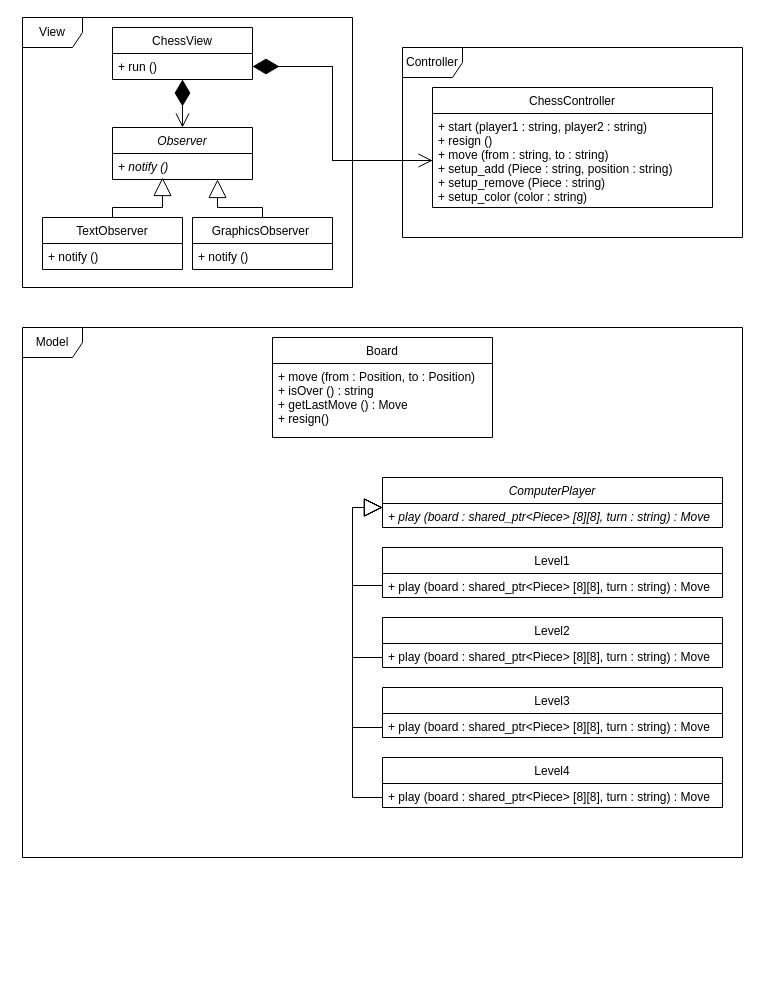
Above: ChessUML.drawio in rastin1379/CS_246_Project (draw.io), before the change. Source tidied: cells renumbered, new cells numbered last; positions are measured from the earlier drawing's top-left corner, leaving out a move shared by most shapes. Both pictures are drawn from the tidied source at 100%, with x=0, y=0 at pixel (22, 17).
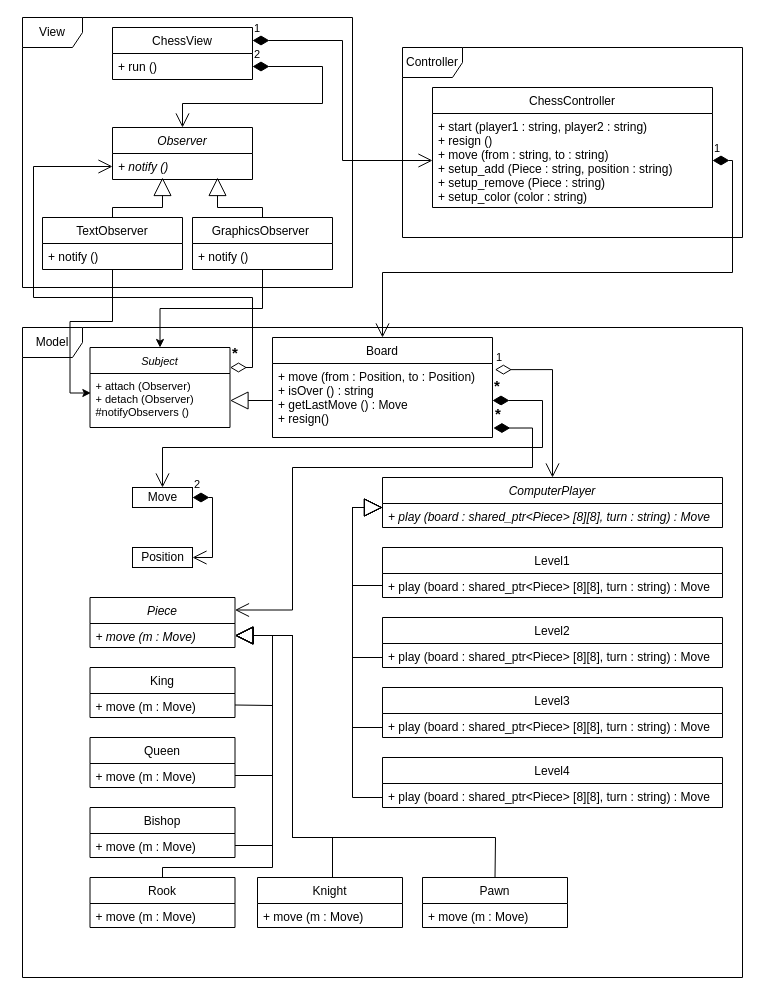
The same page after the edit.

Unchanged cells that the change refers to:
```xml
<mxCell id="5" value="ChessView" style="swimlane;fontStyle=0;horizontal=1;startSize=26;fillColor=none;" parent="1" vertex="1">
  <mxGeometry x="90" y="10" width="140" height="52" as="geometry" />
</mxCell>
<mxCell id="6" value="+ run ()" style="text;strokeColor=none;fillColor=none;align=left;verticalAlign=top;spacingLeft=4;spacingRight=4;overflow=hidden;points=[[0,0.5],[1,0.5]];portConstraint=eastwest;" parent="5" vertex="1">
  <mxGeometry y="26" width="140" height="26" as="geometry" />
</mxCell>
<mxCell id="8" value="Observer" style="swimlane;fontStyle=2;horizontal=1;startSize=26;fillColor=none;" parent="1" vertex="1">
  <mxGeometry x="90" y="110" width="140" height="52" as="geometry" />
</mxCell>
<mxCell id="9" value="+ notify ()" style="text;strokeColor=none;fillColor=none;align=left;verticalAlign=top;spacingLeft=4;spacingRight=4;overflow=hidden;points=[[0,0.5],[1,0.5]];portConstraint=eastwest;fontStyle=2;" parent="8" vertex="1">
  <mxGeometry y="26" width="140" height="26" as="geometry" />
</mxCell>
<mxCell id="11" value="GraphicsObserver " style="swimlane;fontStyle=0;horizontal=1;startSize=26;fillColor=none;" parent="1" vertex="1">
  <mxGeometry x="170" y="200" width="140" height="52" as="geometry" />
</mxCell>
<mxCell id="14" value="TextObserver" style="swimlane;fontStyle=0;horizontal=1;startSize=26;fillColor=none;" parent="1" vertex="1">
  <mxGeometry x="20" y="200" width="140" height="52" as="geometry" />
</mxCell>
<mxCell id="18" value="+ start (player1 : string, player2 : string)&#10;+ resign ()&#10;+ move (from : string, to : string)&#10;+ setup_add (Piece : string, position : string)&#10;+ setup_remove (Piece : string)&#10;+ setup_color (color : string)" style="text;strokeColor=none;fillColor=none;align=left;verticalAlign=top;spacingLeft=4;spacingRight=4;overflow=hidden;points=[[0,0.5],[1,0.5]];portConstraint=eastwest;" parent="17" vertex="1">
  <mxGeometry y="26" width="280" height="94" as="geometry" />
</mxCell>
<mxCell id="21" value="Board" style="swimlane;fontStyle=0;horizontal=1;startSize=26;fillColor=none;" parent="1" vertex="1">
  <mxGeometry x="250" y="320" width="220" height="100" as="geometry" />
</mxCell>
<mxCell id="22" value="+ move (from : Position, to : Position) &#10;+ isOver () : string &#10;+ getLastMove () : Move&#10;+ resign()&#10;" style="text;strokeColor=none;fillColor=none;align=left;verticalAlign=top;spacingLeft=4;spacingRight=4;overflow=hidden;points=[[0,0.5],[1,0.5]];portConstraint=eastwest;" parent="21" vertex="1">
  <mxGeometry y="26" width="220" height="74" as="geometry" />
</mxCell>
<mxCell id="23" value="ComputerPlayer" style="swimlane;fontStyle=2;horizontal=1;startSize=26;fillColor=none;" parent="1" vertex="1">
  <mxGeometry x="360" y="460" width="340" height="50" as="geometry" />
</mxCell>
```

The edit, as a diff of the source:
```diff
@@
     <mxCell id="4" value="Model" style="shape=umlFrame;whiteSpace=wrap;html=1;" parent="1" vertex="1">
-      <mxGeometry y="310" width="720" height="530" as="geometry" />
+      <mxGeometry y="310" width="720" height="650" as="geometry" />
     </mxCell>
@@
-    <mxCell id="7" style="endArrow=diamondThin;endFill=1;endSize=24;html=1;rounded=0;" parent="5" edge="1">
-      <mxGeometry relative="1" as="geometry">
-        <mxPoint x="70" y="90" as="sourcePoint" />
-        <mxPoint x="70" y="52" as="targetPoint" />
-      </mxGeometry>
-    </mxCell>
@@
-    <mxCell id="10" style="endArrow=open;endFill=1;endSize=12;html=1;rounded=0;" parent="1" edge="1" source="6">
-      <mxGeometry relative="1" as="geometry">
-        <mxPoint x="160" y="110" as="targetPoint" />
-      </mxGeometry>
-    </mxCell>
+    <mxCell id="37" style="edgeStyle=orthogonalEdgeStyle;rounded=0;jettySize=auto;html=1;entryX=0.5;entryY=0;entryDx=0;entryDy=0;fontSize=15;" parent="1" edge="1" source="11" target="68">
+      <mxGeometry relative="1" as="geometry" />
+    </mxCell>
@@
-    <mxCell id="12" style="endArrow=block;endSize=16;endFill=0;html=1;rounded=0;entryX=0.75;entryY=1;entryDx=0;entryDy=0;" parent="11" edge="1" target="8">
+    <mxCell id="12" style="endArrow=block;endSize=16;endFill=0;html=1;rounded=0;" parent="11" edge="1">
       <mxGeometry relative="1" as="geometry">
         <mxPoint x="70" as="sourcePoint" />
+        <mxPoint x="25" y="-40" as="targetPoint" />
         <Array as="points">
           <mxPoint x="70" y="-10" />
           <mxPoint x="25" y="-10" />
         </Array>
       </mxGeometry>
     </mxCell>
@@
+    <mxCell id="38" style="edgeStyle=orthogonalEdgeStyle;rounded=0;jettySize=auto;html=1;entryX=0.006;entryY=0.361;entryDx=0;entryDy=0;entryPerimeter=0;fontSize=15;" parent="1" edge="1" source="14" target="69">
+      <mxGeometry relative="1" as="geometry" />
+    </mxCell>
@@
-    <mxCell id="19" style="endArrow=diamondThin;endFill=1;endSize=24;html=1;rounded=0;entryX=1;entryY=0.5;entryDx=0;entryDy=0;exitX=0;exitY=0.5;exitDx=0;exitDy=0;" parent="1" edge="1" source="18" target="6">
-      <mxGeometry relative="1" as="geometry">
-        <Array as="points">
-          <mxPoint x="310" y="143" />
-          <mxPoint x="310" y="49" />
-        </Array>
-      </mxGeometry>
-    </mxCell>
-    <mxCell id="20" style="endArrow=open;endFill=1;endSize=12;html=1;rounded=0;exitX=1;exitY=0.5;exitDx=0;exitDy=0;entryX=0;entryY=0.5;entryDx=0;entryDy=0;" parent="1" edge="1" source="6" target="18">
-      <mxGeometry relative="1" as="geometry">
-        <Array as="points">
-          <mxPoint x="310" y="49" />
-          <mxPoint x="310" y="143" />
-        </Array>
-      </mxGeometry>
-    </mxCell>
@@
+    <mxCell id="39" value="1" style="endArrow=open;html=1;endSize=12;startArrow=diamondThin;startSize=14;startFill=0;edgeStyle=orthogonalEdgeStyle;align=left;verticalAlign=bottom;rounded=0;exitX=1.011;exitY=0.083;exitDx=0;exitDy=0;exitPerimeter=0;" parent="1" edge="1" source="22" target="23">
+      <mxGeometry x="-1" y="3" relative="1" as="geometry">
+        <Array as="points">
+          <mxPoint x="530" y="352" />
+        </Array>
+      </mxGeometry>
+    </mxCell>
+    <mxCell id="40" value="1" style="endArrow=open;html=1;endSize=12;startArrow=diamondThin;startSize=14;startFill=1;edgeStyle=orthogonalEdgeStyle;align=left;verticalAlign=bottom;rounded=0;exitX=1;exitY=0.25;exitDx=0;exitDy=0;entryX=0;entryY=0.5;entryDx=0;entryDy=0;" parent="1" edge="1" source="5" target="18">
+      <mxGeometry x="-1" y="3" relative="1" as="geometry" />
+    </mxCell>
+    <mxCell id="41" value="1" style="endArrow=open;html=1;endSize=12;startArrow=diamondThin;startSize=14;startFill=1;edgeStyle=orthogonalEdgeStyle;align=left;verticalAlign=bottom;rounded=0;entryX=0.5;entryY=0;entryDx=0;entryDy=0;exitX=1;exitY=0.5;exitDx=0;exitDy=0;" parent="1" edge="1" source="18" target="21">
+      <mxGeometry x="-1" y="3" relative="1" as="geometry">
+        <Array as="points">
+          <mxPoint x="710" y="143" />
+          <mxPoint x="710" y="255" />
+          <mxPoint x="360" y="255" />
+        </Array>
+      </mxGeometry>
+    </mxCell>
+    <mxCell id="42" value="2" style="endArrow=open;html=1;endSize=12;startArrow=diamondThin;startSize=14;startFill=1;edgeStyle=orthogonalEdgeStyle;align=left;verticalAlign=bottom;rounded=0;exitX=1;exitY=0.75;exitDx=0;exitDy=0;entryX=0.5;entryY=0;entryDx=0;entryDy=0;" parent="1" edge="1" source="5" target="8">
+      <mxGeometry x="-1" y="3" relative="1" as="geometry">
+        <Array as="points">
+          <mxPoint x="300" y="49" />
+          <mxPoint x="300" y="86" />
+          <mxPoint x="160" y="86" />
+        </Array>
+      </mxGeometry>
+    </mxCell>
+    <mxCell id="43" value="Move" style="html=1;" parent="1" vertex="1">
+      <mxGeometry x="110" y="470" width="60" height="20" as="geometry" />
+    </mxCell>
+    <mxCell id="44" value="Position" style="html=1;" parent="1" vertex="1">
+      <mxGeometry x="110" y="530" width="60" height="20" as="geometry" />
+    </mxCell>
+    <mxCell id="45" value="&lt;font style=&quot;font-size: 15px&quot;&gt;&lt;b&gt;*&lt;/b&gt;&lt;/font&gt;" style="endArrow=open;html=1;endSize=12;startArrow=diamondThin;startSize=14;startFill=1;edgeStyle=orthogonalEdgeStyle;align=left;verticalAlign=bottom;rounded=0;entryX=0.5;entryY=0;entryDx=0;entryDy=0;exitX=1;exitY=0.5;exitDx=0;exitDy=0;" parent="1" edge="1" source="22" target="43">
+      <mxGeometry x="-1" y="3" relative="1" as="geometry">
+        <Array as="points">
+          <mxPoint x="520" y="383" />
+          <mxPoint x="520" y="430" />
+          <mxPoint x="140" y="430" />
+        </Array>
+      </mxGeometry>
+    </mxCell>
+    <mxCell id="46" value="&lt;font style=&quot;font-size: 11px&quot;&gt;2&lt;/font&gt;" style="endArrow=open;html=1;endSize=12;startArrow=diamondThin;startSize=14;startFill=1;edgeStyle=orthogonalEdgeStyle;align=left;verticalAlign=bottom;rounded=0;fontSize=15;exitX=1;exitY=0.5;exitDx=0;exitDy=0;entryX=1;entryY=0.5;entryDx=0;entryDy=0;" parent="1" edge="1" source="43" target="44">
+      <mxGeometry x="-1" y="3" relative="1" as="geometry">
+        <Array as="points">
+          <mxPoint x="190" y="480" />
+          <mxPoint x="190" y="540" />
+        </Array>
+      </mxGeometry>
+    </mxCell>
+    <mxCell id="47" value="Piece" style="swimlane;fontStyle=2;horizontal=1;startSize=26;fillColor=none;" parent="1" vertex="1">
+      <mxGeometry x="67.5" y="580" width="145" height="50" as="geometry" />
+    </mxCell>
+    <mxCell id="48" value="+ move (m : Move) &#10;&#10;" style="text;strokeColor=none;fillColor=none;align=left;verticalAlign=top;spacingLeft=4;spacingRight=4;overflow=hidden;points=[[0,0.5],[1,0.5]];portConstraint=eastwest;fontStyle=2;" parent="47" vertex="1">
+      <mxGeometry y="26" width="145" height="24" as="geometry" />
+    </mxCell>
+    <mxCell id="49" value="King" style="swimlane;fontStyle=0;horizontal=1;startSize=26;fillColor=none;" parent="1" vertex="1">
+      <mxGeometry x="67.5" y="650" width="145" height="50" as="geometry" />
+    </mxCell>
+    <mxCell id="50" value="+ move (m : Move) &#10;&#10;" style="text;strokeColor=none;fillColor=none;align=left;verticalAlign=top;spacingLeft=4;spacingRight=4;overflow=hidden;fontStyle=0;" parent="49" vertex="1">
+      <mxGeometry y="26" width="145" height="24" as="geometry" />
+    </mxCell>
+    <mxCell id="51" value="Queen" style="swimlane;fontStyle=0;horizontal=1;startSize=26;fillColor=none;" parent="1" vertex="1">
+      <mxGeometry x="67.5" y="720" width="145" height="50" as="geometry" />
+    </mxCell>
+    <mxCell id="52" value="+ move (m : Move) &#10;&#10;" style="text;strokeColor=none;fillColor=none;align=left;verticalAlign=top;spacingLeft=4;spacingRight=4;overflow=hidden;points=[[0,0.5],[1,0.5]];portConstraint=eastwest;fontStyle=0;" parent="51" vertex="1">
+      <mxGeometry y="26" width="145" height="24" as="geometry" />
+    </mxCell>
+    <mxCell id="53" value="Bishop" style="swimlane;fontStyle=0;horizontal=1;startSize=26;fillColor=none;" parent="1" vertex="1">
+      <mxGeometry x="67.5" y="790" width="145" height="50" as="geometry" />
+    </mxCell>
+    <mxCell id="54" value="+ move (m : Move) &#10;&#10;" style="text;strokeColor=none;fillColor=none;align=left;verticalAlign=top;spacingLeft=4;spacingRight=4;overflow=hidden;points=[[0,0.5],[1,0.5]];portConstraint=eastwest;fontStyle=0;" parent="53" vertex="1">
+      <mxGeometry y="26" width="145" height="24" as="geometry" />
+    </mxCell>
+    <mxCell id="55" value="Rook" style="swimlane;fontStyle=0;horizontal=1;startSize=26;fillColor=none;" parent="1" vertex="1">
+      <mxGeometry x="67.5" y="860" width="145" height="50" as="geometry" />
+    </mxCell>
+    <mxCell id="56" value="+ move (m : Move) &#10;&#10;" style="text;strokeColor=none;fillColor=none;align=left;verticalAlign=top;spacingLeft=4;spacingRight=4;overflow=hidden;fontStyle=0;" parent="55" vertex="1">
+      <mxGeometry y="26" width="145" height="24" as="geometry" />
+    </mxCell>
+    <mxCell id="57" value="Knight" style="swimlane;fontStyle=0;horizontal=1;startSize=26;fillColor=none;" parent="1" vertex="1">
+      <mxGeometry x="235" y="860" width="145" height="50" as="geometry" />
+    </mxCell>
+    <mxCell id="58" value="+ move (m : Move) &#10;&#10;" style="text;strokeColor=none;fillColor=none;align=left;verticalAlign=top;spacingLeft=4;spacingRight=4;overflow=hidden;fontStyle=0;" parent="57" vertex="1">
+      <mxGeometry y="26" width="145" height="24" as="geometry" />
+    </mxCell>
+    <mxCell id="59" value="Pawn" style="swimlane;fontStyle=0;horizontal=1;startSize=26;fillColor=none;" parent="1" vertex="1">
+      <mxGeometry x="400" y="860" width="145" height="50" as="geometry" />
+    </mxCell>
+    <mxCell id="60" value="+ move (m : Move) &#10;&#10;" style="text;strokeColor=none;fillColor=none;align=left;verticalAlign=top;spacingLeft=4;spacingRight=4;overflow=hidden;fontStyle=0;" parent="59" vertex="1">
+      <mxGeometry y="26" width="145" height="24" as="geometry" />
+    </mxCell>
+    <mxCell id="61" style="endArrow=block;endSize=16;endFill=0;html=1;rounded=0;entryX=1;entryY=0.5;entryDx=0;entryDy=0;exitX=0.5;exitY=0;exitDx=0;exitDy=0;" parent="1" edge="1" source="59" target="48">
+      <mxGeometry relative="1" as="geometry">
+        <Array as="points">
+          <mxPoint x="473" y="820" />
+          <mxPoint x="270" y="820" />
+          <mxPoint x="270" y="618" />
+        </Array>
+      </mxGeometry>
+    </mxCell>
+    <mxCell id="62" style="endArrow=block;endSize=16;endFill=0;html=1;rounded=0;entryX=1;entryY=0.5;entryDx=0;entryDy=0;" parent="1" edge="1" target="48">
+      <mxGeometry relative="1" as="geometry">
+        <mxPoint x="310" y="860" as="sourcePoint" />
+        <Array as="points">
+          <mxPoint x="310" y="820" />
+          <mxPoint x="270" y="820" />
+          <mxPoint x="270" y="618" />
+        </Array>
+      </mxGeometry>
+    </mxCell>
+    <mxCell id="63" style="endArrow=block;endSize=16;endFill=0;html=1;rounded=0;entryX=1;entryY=0.5;entryDx=0;entryDy=0;" parent="1" edge="1" source="55" target="48">
+      <mxGeometry relative="1" as="geometry">
+        <Array as="points">
+          <mxPoint x="140" y="850" />
+          <mxPoint x="250" y="850" />
+          <mxPoint x="250" y="618" />
+        </Array>
+      </mxGeometry>
+    </mxCell>
+    <mxCell id="64" style="endArrow=block;endSize=16;endFill=0;html=1;rounded=0;entryX=1;entryY=0.5;entryDx=0;entryDy=0;exitX=1;exitY=0.5;exitDx=0;exitDy=0;" parent="1" edge="1" source="54" target="48">
+      <mxGeometry relative="1" as="geometry">
+        <Array as="points">
+          <mxPoint x="250" y="828" />
+          <mxPoint x="250" y="618" />
+        </Array>
+      </mxGeometry>
+    </mxCell>
+    <mxCell id="65" style="endArrow=block;endSize=16;endFill=0;html=1;rounded=0;exitX=1;exitY=0.5;exitDx=0;exitDy=0;entryX=1;entryY=0.5;entryDx=0;entryDy=0;" parent="1" edge="1" source="52" target="48">
+      <mxGeometry relative="1" as="geometry">
+        <Array as="points">
+          <mxPoint x="250" y="758" />
+          <mxPoint x="250" y="618" />
+        </Array>
+      </mxGeometry>
+    </mxCell>
+    <mxCell id="66" style="endArrow=block;endSize=16;endFill=0;html=1;rounded=0;exitX=1;exitY=0.75;exitDx=0;exitDy=0;entryX=1;entryY=0.5;entryDx=0;entryDy=0;" parent="1" edge="1" source="49" target="48">
+      <mxGeometry relative="1" as="geometry">
+        <Array as="points">
+          <mxPoint x="250" y="688" />
+          <mxPoint x="250" y="618" />
+        </Array>
+      </mxGeometry>
+    </mxCell>
+    <mxCell id="67" value="&lt;font style=&quot;font-size: 15px&quot;&gt;&lt;b&gt;*&lt;/b&gt;&lt;/font&gt;" style="endArrow=open;html=1;endSize=12;startArrow=diamondThin;startSize=14;startFill=1;edgeStyle=orthogonalEdgeStyle;align=left;verticalAlign=bottom;rounded=0;entryX=1;entryY=0.25;entryDx=0;entryDy=0;exitX=1.004;exitY=0.872;exitDx=0;exitDy=0;exitPerimeter=0;" parent="1" edge="1" source="22" target="47">
+      <mxGeometry x="-1" y="3" relative="1" as="geometry">
+        <Array as="points">
+          <mxPoint x="510" y="411" />
+          <mxPoint x="510" y="450" />
+          <mxPoint x="270" y="450" />
+          <mxPoint x="270" y="593" />
+        </Array>
+      </mxGeometry>
+    </mxCell>
+    <mxCell id="68" value="Subject" style="swimlane;fontStyle=2;horizontal=1;startSize=26;fillColor=none;fontSize=11;" parent="1" vertex="1">
+      <mxGeometry x="67.5" y="330" width="140" height="80" as="geometry" />
+    </mxCell>
+    <mxCell id="69" value="+ attach (Observer)&#10;+ detach (Observer)&#10;#notifyObservers ()&#10;" style="text;strokeColor=none;fillColor=none;align=left;verticalAlign=top;spacingLeft=4;spacingRight=4;overflow=hidden;points=[[0,0.5],[1,0.5]];portConstraint=eastwest;fontSize=11;" parent="68" vertex="1">
+      <mxGeometry y="26" width="140" height="54" as="geometry" />
+    </mxCell>
+    <mxCell id="70" style="endArrow=block;endSize=16;endFill=0;html=1;rounded=0;fontSize=11;exitX=0;exitY=0.5;exitDx=0;exitDy=0;entryX=1;entryY=0.5;entryDx=0;entryDy=0;" parent="1" edge="1" source="22" target="69">
+      <mxGeometry relative="1" as="geometry" />
+    </mxCell>
+    <mxCell id="71" value="&lt;font style=&quot;font-size: 15px&quot;&gt;&lt;b&gt;*&lt;/b&gt;&lt;/font&gt;" style="endArrow=open;html=1;endSize=12;startArrow=diamondThin;startSize=14;startFill=0;edgeStyle=orthogonalEdgeStyle;align=left;verticalAlign=bottom;rounded=0;fontSize=11;entryX=0;entryY=0.5;entryDx=0;entryDy=0;exitX=1;exitY=0.25;exitDx=0;exitDy=0;" parent="1" edge="1" source="68" target="9">
+      <mxGeometry x="-1" y="3" relative="1" as="geometry">
+        <Array as="points">
+          <mxPoint x="230" y="350" />
+          <mxPoint x="230" y="280" />
+          <mxPoint x="11" y="280" />
+          <mxPoint x="11" y="149" />
+        </Array>
+      </mxGeometry>
+    </mxCell>
```
